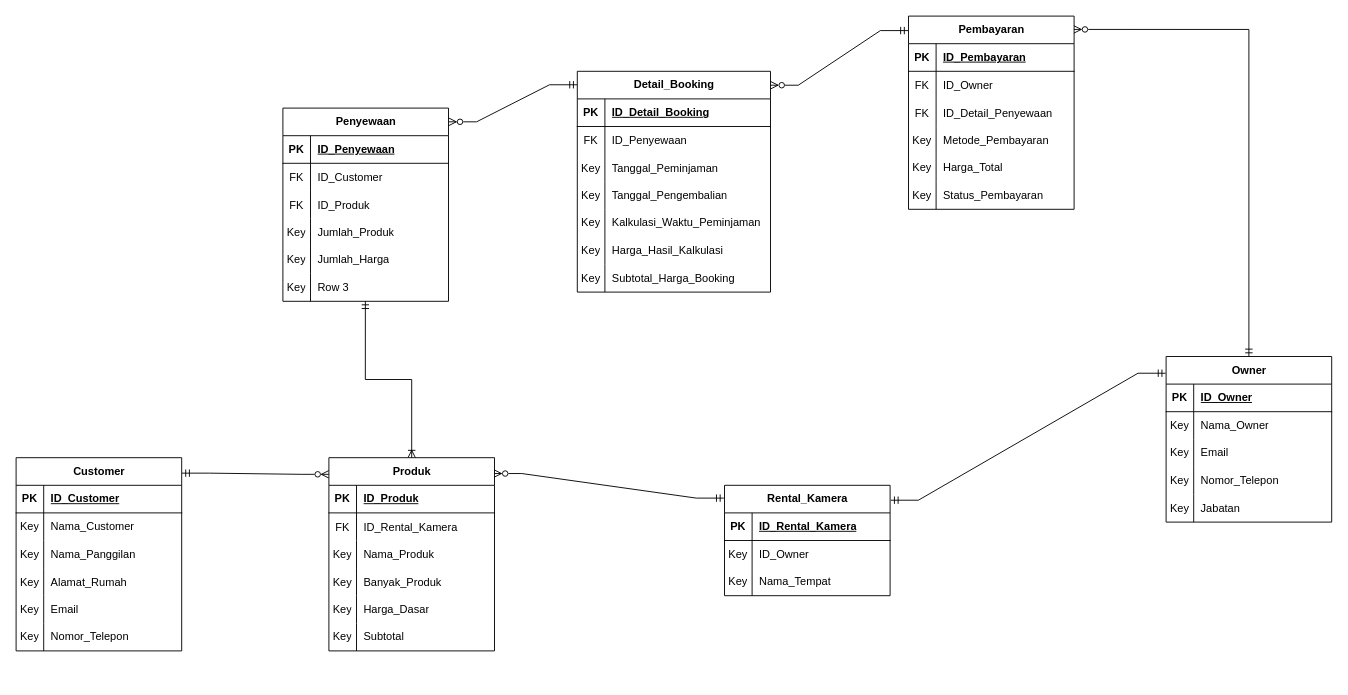
This is sistem-rental-kamera.drawio from King-Ag-Jv/Project-Atrem, a draw.io file, before an edit. Source tidied: cells renumbered, new cells numbered last; positions are measured from the earlier drawing's top-left corner, leaving out a move shared by most shapes. Both pictures are drawn from the tidied source at 92%, with x=0, y=0 at pixel (16, 16).
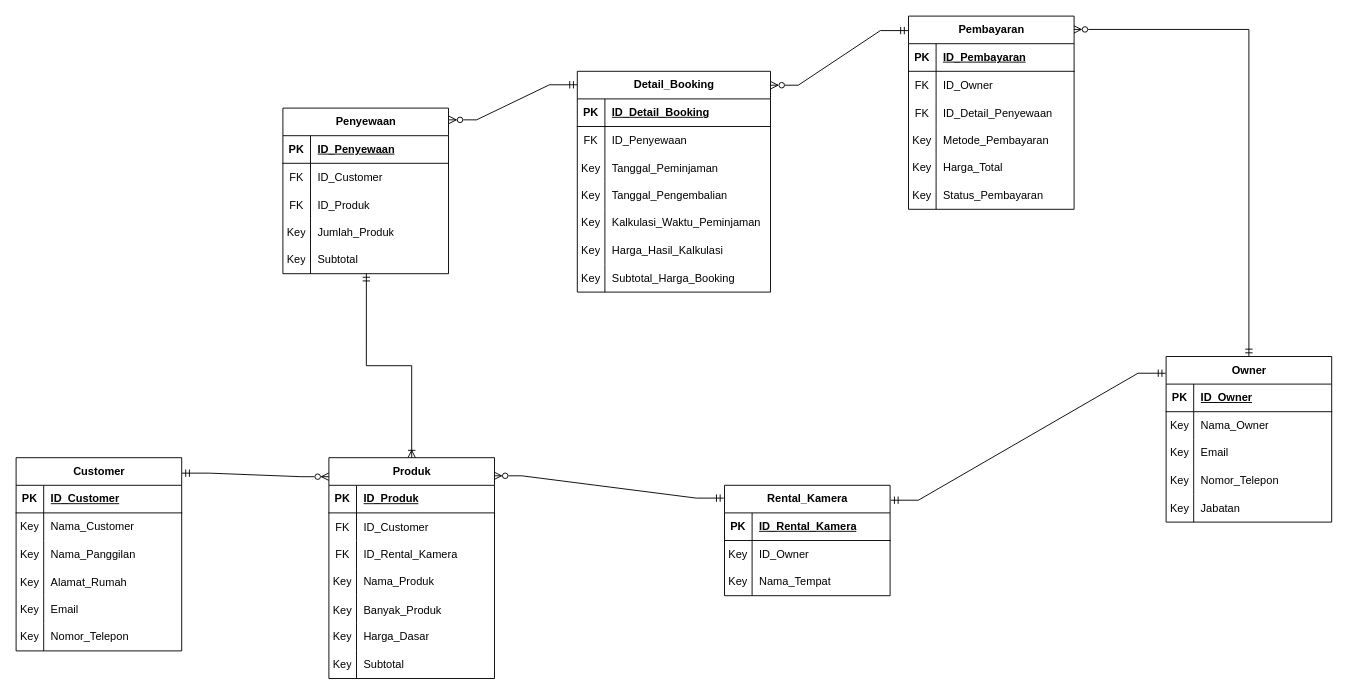
Above is the later version.

The change refers to these unchanged cells:
```xml
<mxCell id="34" style="shape=tableRow;horizontal=0;startSize=0;swimlaneHead=0;swimlaneBody=0;fillColor=none;points=[[0,0.5],[1,0.5]];portConstraint=eastwest;top=0;left=0;right=0;bottom=0;" parent="21" vertex="1">
  <mxGeometry y="150" width="180" height="30" as="geometry" />
</mxCell>
```

The edit, as a diff of the source:
```diff
@@
     <mxCell id="2" value="Produk" style="shape=table;startSize=30;childLayout=tableLayout;rowLines=0;fontStyle=1;align=center;html=1;" parent="1" vertex="1">
-      <mxGeometry x="340" y="480" width="180" height="210" as="geometry" />
+      <mxGeometry x="340" y="480" width="180" height="240" as="geometry" />
     </mxCell>
@@
+    <mxCell id="133" style="shape=tableRow;horizontal=0;startSize=0;swimlaneHead=0;swimlaneBody=0;fillColor=none;top=0;left=0;right=0;bottom=0;" parent="2" vertex="1">
+      <mxGeometry y="60" width="180" height="30" as="geometry" />
+    </mxCell>
+    <mxCell id="134" value="FK" style="shape=partialRectangle;fillColor=none;top=0;left=0;bottom=0;right=0;overflow=hidden;" parent="133" vertex="1">
+      <mxGeometry width="30" height="30" as="geometry" />
+    </mxCell>
+    <mxCell id="135" value="ID_Customer" style="shape=partialRectangle;fillColor=none;top=0;left=0;bottom=0;right=0;align=left;spacingLeft=6;overflow=hidden;" parent="133" vertex="1">
+      <mxGeometry x="30" width="150" height="30" as="geometry" />
+    </mxCell>
     <mxCell id="6" style="shape=tableRow;horizontal=0;startSize=0;swimlaneHead=0;swimlaneBody=0;fillColor=none;top=0;left=0;right=0;bottom=0;" parent="2" vertex="1">
-      <mxGeometry y="60" width="180" height="30" as="geometry" />
+      <mxGeometry y="90" width="180" height="30" as="geometry" />
     </mxCell>
@@
     <mxCell id="9" style="shape=tableRow;horizontal=0;startSize=0;swimlaneHead=0;swimlaneBody=0;fillColor=none;top=0;left=0;right=0;bottom=0;" parent="2" vertex="1">
-      <mxGeometry y="90" width="180" height="30" as="geometry" />
+      <mxGeometry y="120" width="180" height="30" as="geometry" />
     </mxCell>
@@
     <mxCell id="12" style="shape=tableRow;horizontal=0;startSize=0;swimlaneHead=0;swimlaneBody=0;fillColor=none;top=0;left=0;right=0;bottom=0;" parent="2" vertex="1">
-      <mxGeometry y="120" width="180" height="30" as="geometry" />
+      <mxGeometry y="150" width="180" height="30" as="geometry" />
     </mxCell>
@@
     <mxCell id="15" style="shape=tableRow;horizontal=0;startSize=0;swimlaneHead=0;swimlaneBody=0;fillColor=none;top=0;left=0;right=0;bottom=0;" parent="2" vertex="1">
-      <mxGeometry y="150" width="180" height="30" as="geometry" />
+      <mxGeometry y="180" width="180" height="30" as="geometry" />
     </mxCell>
@@
     <mxCell id="18" style="shape=tableRow;horizontal=0;startSize=0;swimlaneHead=0;swimlaneBody=0;fillColor=none;top=0;left=0;right=0;bottom=0;" parent="2" vertex="1">
-      <mxGeometry y="180" width="180" height="30" as="geometry" />
+      <mxGeometry y="210" width="180" height="30" as="geometry" />
     </mxCell>
@@
     <mxCell id="21" value="Penyewaan" style="shape=table;startSize=30;childLayout=tableLayout;rowLines=0;fontStyle=1;align=center;html=1;" parent="1" vertex="1">
-      <mxGeometry x="290" y="100" width="180" height="210" as="geometry" />
+      <mxGeometry x="290" y="100" width="180" height="180" as="geometry" />
     </mxCell>
@@
-    <mxCell id="36" value="Jumlah_Harga" style="shape=partialRectangle;fillColor=none;top=0;left=0;bottom=0;right=0;align=left;spacingLeft=6;overflow=hidden;whiteSpace=wrap;html=1;" parent="34" vertex="1">
+    <mxCell id="36" value="Subtotal" style="shape=partialRectangle;fillColor=none;top=0;left=0;bottom=0;right=0;align=left;spacingLeft=6;overflow=hidden;whiteSpace=wrap;html=1;" parent="34" vertex="1">
       <mxGeometry x="30" width="150" height="30" as="geometry" />
     </mxCell>
-    <mxCell id="37" style="shape=tableRow;horizontal=0;startSize=0;swimlaneHead=0;swimlaneBody=0;fillColor=none;points=[[0,0.5],[1,0.5]];portConstraint=eastwest;top=0;left=0;right=0;bottom=0;" parent="21" vertex="1">
-      <mxGeometry y="180" width="180" height="30" as="geometry" />
-    </mxCell>
-    <mxCell id="38" value="Key" style="shape=partialRectangle;fillColor=none;top=0;left=0;bottom=0;right=0;overflow=hidden;whiteSpace=wrap;html=1;" parent="37" vertex="1">
-      <mxGeometry width="30" height="30" as="geometry" />
-    </mxCell>
-    <mxCell id="39" value="Row 3" style="shape=partialRectangle;fillColor=none;top=0;left=0;bottom=0;right=0;align=left;spacingLeft=6;overflow=hidden;whiteSpace=wrap;html=1;" parent="37" vertex="1">
-      <mxGeometry x="30" width="150" height="30" as="geometry" />
-    </mxCell>
@@
-    <mxCell id="129" style="edgeStyle=orthogonalEdgeStyle;fontSize=12;html=1;endArrow=ERmandOne;endFill=0;rounded=0;startArrow=ERoneToMany;startFill=0;entryX=0.498;entryY=0.994;entryDx=0;entryDy=0;entryPerimeter=0;exitX=0.5;exitY=0;exitDx=0;exitDy=0;" parent="1" edge="1" source="2" target="37">
+    <mxCell id="129" style="edgeStyle=orthogonalEdgeStyle;fontSize=12;html=1;endArrow=ERmandOne;endFill=0;rounded=0;startArrow=ERoneToMany;startFill=0;entryX=0.504;entryY=0.995;entryDx=0;entryDy=0;entryPerimeter=0;exitX=0.5;exitY=0;exitDx=0;exitDy=0;" parent="1" edge="1" source="2" target="34">
       <mxGeometry relative="1" as="geometry" />
     </mxCell>
```
